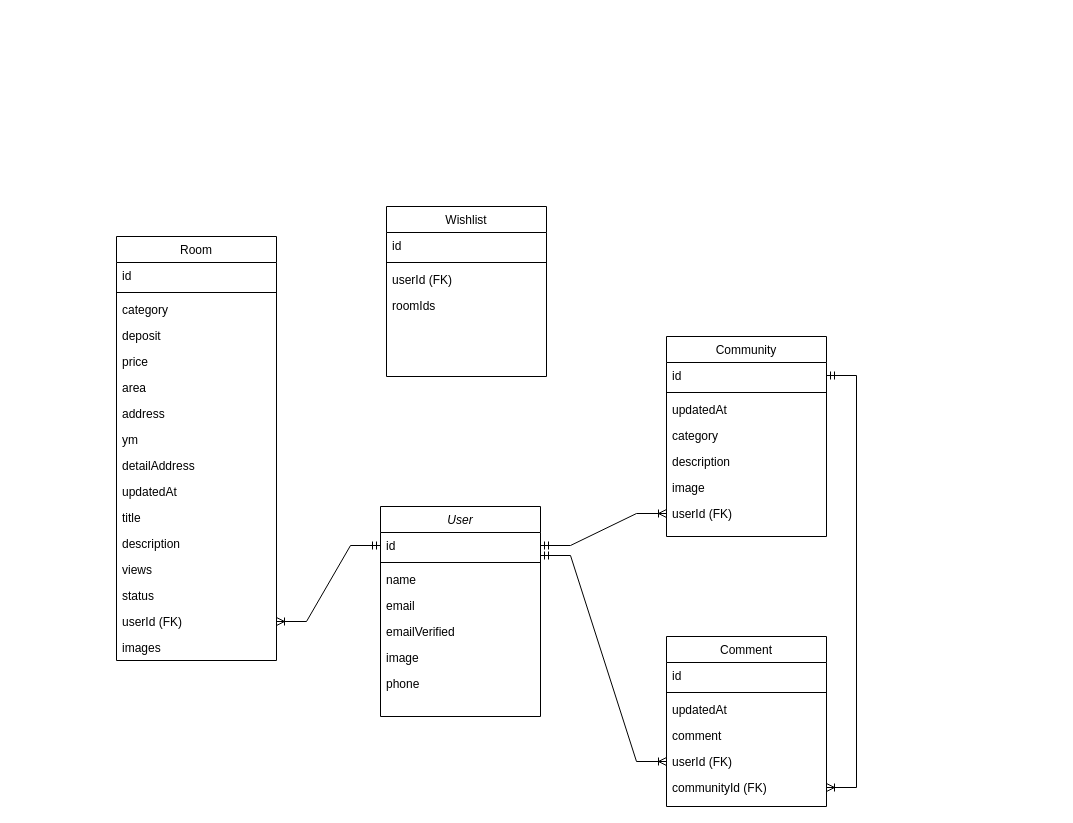
9yu9yu81/study_nextJs_realEstate keeps this draw.io diagram as ERD/myspotERD.drawio. Above is the earlier version. Source tidied: cells renumbered, new cells numbered last; positions are measured from the earlier drawing's top-left corner, leaving out a move shared by most shapes. Both pictures are drawn from the tidied source at 100%, with x=0, y=0 at pixel (116, 206).
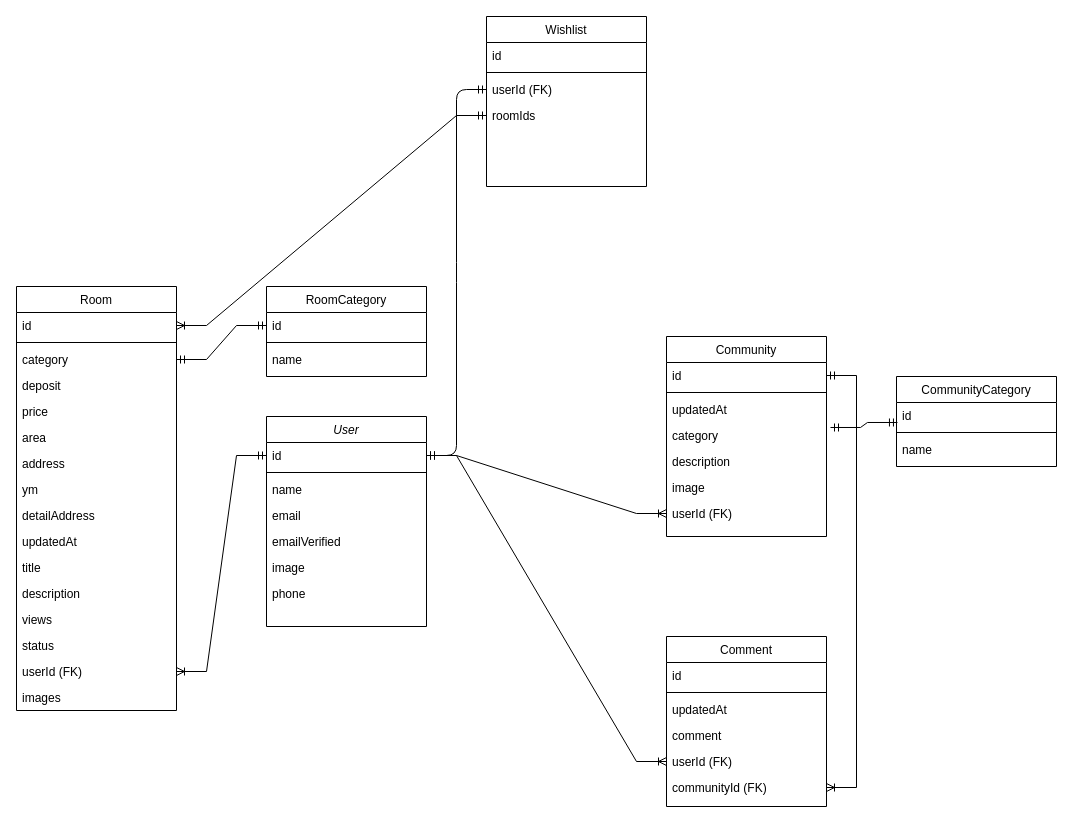
The same page after the edit.

Unchanged cells that the change refers to:
```xml
<mxCell id="3" value="id" style="text;align=left;verticalAlign=top;spacingLeft=4;spacingRight=4;overflow=hidden;points=[[0,0.5],[1,0.5]];portConstraint=eastwest;" parent="2" vertex="1">
  <mxGeometry y="26" width="160" height="26" as="geometry" />
</mxCell>
<mxCell id="14" value="category" style="text;align=left;verticalAlign=top;spacingLeft=4;spacingRight=4;overflow=hidden;points=[[0,0.5],[1,0.5]];portConstraint=eastwest;rounded=0;shadow=0;html=0;" parent="10" vertex="1">
  <mxGeometry y="86" width="160" height="26" as="geometry" />
</mxCell>
<mxCell id="19" value="id" style="text;align=left;verticalAlign=top;spacingLeft=4;spacingRight=4;overflow=hidden;points=[[0,0.5],[1,0.5]];portConstraint=eastwest;" parent="18" vertex="1">
  <mxGeometry y="26" width="160" height="26" as="geometry" />
</mxCell>
<mxCell id="21" value="category" style="text;align=left;verticalAlign=top;spacingLeft=4;spacingRight=4;overflow=hidden;points=[[0,0.5],[1,0.5]];portConstraint=eastwest;rounded=0;shadow=0;html=0;" parent="18" vertex="1">
  <mxGeometry y="60" width="160" height="26" as="geometry" />
</mxCell>
<mxCell id="42" value="userId (FK)" style="text;align=left;verticalAlign=top;spacingLeft=4;spacingRight=4;overflow=hidden;points=[[0,0.5],[1,0.5]];portConstraint=eastwest;rounded=0;shadow=0;html=0;" parent="37" vertex="1">
  <mxGeometry y="112" width="160" height="26" as="geometry" />
</mxCell>
<mxCell id="49" value="userId (FK)" style="text;align=left;verticalAlign=top;spacingLeft=4;spacingRight=4;overflow=hidden;points=[[0,0.5],[1,0.5]];portConstraint=eastwest;rounded=0;shadow=0;html=0;" parent="46" vertex="1">
  <mxGeometry y="60" width="160" height="26" as="geometry" />
</mxCell>
<mxCell id="50" value="roomIds" style="text;align=left;verticalAlign=top;spacingLeft=4;spacingRight=4;overflow=hidden;points=[[0,0.5],[1,0.5]];portConstraint=eastwest;rounded=0;shadow=0;html=0;" parent="46" vertex="1">
  <mxGeometry y="86" width="160" height="26" as="geometry" />
</mxCell>
```

Change to the diagram source:
```diff
@@
     <mxCell id="2" value="User" style="swimlane;fontStyle=2;align=center;verticalAlign=top;horizontal=1;startSize=26;rounded=0;shadow=0;strokeWidth=1;" parent="1" vertex="1">
-      <mxGeometry x="264" y="300" width="160" height="210" as="geometry" />
+      <mxGeometry x="150" y="210" width="160" height="210" as="geometry" />
     </mxCell>
@@
     <mxCell id="18" value="Room" style="swimlane;fontStyle=0;align=center;verticalAlign=top;horizontal=1;startSize=26;rounded=0;shadow=0;strokeWidth=1;" parent="1" vertex="1">
-      <mxGeometry y="30" width="160" height="424" as="geometry" />
+      <mxGeometry x="-100" y="80" width="160" height="424" as="geometry" />
     </mxCell>
@@
-    <mxCell id="45" style="edgeStyle=entityRelationEdgeStyle;fontSize=12;html=1;endArrow=ERoneToMany;startArrow=ERmandOne;rounded=0;exitX=1;exitY=0.5;exitDx=0;exitDy=0;entryX=0;entryY=0.5;entryDx=0;entryDy=0;" parent="1" edge="1" target="42">
-      <mxGeometry relative="1" as="geometry">
-        <mxPoint x="424" y="349" as="sourcePoint" />
-      </mxGeometry>
+    <mxCell id="45" style="edgeStyle=entityRelationEdgeStyle;fontSize=12;html=1;endArrow=ERoneToMany;startArrow=ERmandOne;rounded=0;exitX=1;exitY=0.5;exitDx=0;exitDy=0;entryX=0;entryY=0.5;entryDx=0;entryDy=0;" parent="1" edge="1" source="3" target="42">
+      <mxGeometry relative="1" as="geometry" />
     </mxCell>
     <mxCell id="46" value="Wishlist" style="swimlane;fontStyle=0;align=center;verticalAlign=top;horizontal=1;startSize=26;rounded=0;shadow=0;strokeWidth=1;" parent="1" vertex="1">
-      <mxGeometry x="270" width="160" height="170" as="geometry" />
+      <mxGeometry x="370" y="-190" width="160" height="170" as="geometry" />
     </mxCell>
@@
+    <mxCell id="51" style="edgeStyle=entityRelationEdgeStyle;fontSize=12;html=1;endArrow=ERoneToMany;startArrow=ERmandOne;rounded=0;exitX=0;exitY=0.5;exitDx=0;exitDy=0;" parent="1" edge="1" source="50" target="19">
+      <mxGeometry relative="1" as="geometry" />
+    </mxCell>
+    <mxCell id="52" style="edgeStyle=entityRelationEdgeStyle;fontSize=12;html=1;endArrow=ERmandOne;startArrow=ERmandOne;entryX=0;entryY=0.5;entryDx=0;entryDy=0;exitX=1;exitY=0.5;exitDx=0;exitDy=0;" parent="1" edge="1" source="3" target="49">
+      <mxGeometry relative="1" as="geometry" />
+    </mxCell>
+    <mxCell id="53" value="RoomCategory" style="swimlane;fontStyle=0;align=center;verticalAlign=top;horizontal=1;startSize=26;rounded=0;shadow=0;strokeWidth=1;" parent="1" vertex="1">
+      <mxGeometry x="150" y="80" width="160" height="90" as="geometry" />
+    </mxCell>
+    <mxCell id="54" value="id" style="text;align=left;verticalAlign=top;spacingLeft=4;spacingRight=4;overflow=hidden;points=[[0,0.5],[1,0.5]];portConstraint=eastwest;" parent="53" vertex="1">
+      <mxGeometry y="26" width="160" height="26" as="geometry" />
+    </mxCell>
+    <mxCell id="55" style="line;html=1;strokeWidth=1;align=left;verticalAlign=middle;spacingTop=-1;spacingLeft=3;spacingRight=3;labelPosition=right;" parent="53" vertex="1">
+      <mxGeometry y="52" width="160" height="8" as="geometry" />
+    </mxCell>
+    <mxCell id="56" value="name" style="text;align=left;verticalAlign=top;spacingLeft=4;spacingRight=4;overflow=hidden;rounded=0;shadow=0;html=0;" parent="53" vertex="1">
+      <mxGeometry y="60" width="160" height="30" as="geometry" />
+    </mxCell>
+    <mxCell id="57" style="edgeStyle=entityRelationEdgeStyle;fontSize=12;html=1;endArrow=ERmandOne;startArrow=ERmandOne;rounded=0;verticalAlign=middle;fixDash=0;snapToPoint=0;backgroundOutline=0;strokeColor=default;exitX=1;exitY=0.5;exitDx=0;exitDy=0;entryX=0;entryY=0.5;entryDx=0;entryDy=0;" parent="1" edge="1" source="21" target="54">
+      <mxGeometry relative="1" as="geometry" />
+    </mxCell>
+    <mxCell id="58" value="CommunityCategory&#10;" style="swimlane;fontStyle=0;align=center;verticalAlign=top;horizontal=1;startSize=26;rounded=0;shadow=0;strokeWidth=1;" parent="1" vertex="1">
+      <mxGeometry x="780" y="170" width="160" height="90" as="geometry" />
+    </mxCell>
+    <mxCell id="59" value="id" style="text;align=left;verticalAlign=top;spacingLeft=4;spacingRight=4;overflow=hidden;points=[[0,0.5],[1,0.5]];portConstraint=eastwest;" parent="58" vertex="1">
+      <mxGeometry y="26" width="160" height="26" as="geometry" />
+    </mxCell>
+    <mxCell id="60" style="line;html=1;strokeWidth=1;align=left;verticalAlign=middle;spacingTop=-1;spacingLeft=3;spacingRight=3;labelPosition=right;" parent="58" vertex="1">
+      <mxGeometry y="52" width="160" height="8" as="geometry" />
+    </mxCell>
+    <mxCell id="61" value="name" style="text;align=left;verticalAlign=top;spacingLeft=4;spacingRight=4;overflow=hidden;rounded=0;shadow=0;html=0;" parent="58" vertex="1">
+      <mxGeometry y="60" width="160" height="30" as="geometry" />
+    </mxCell>
+    <mxCell id="62" style="edgeStyle=entityRelationEdgeStyle;fontSize=12;html=1;endArrow=ERmandOne;startArrow=ERmandOne;rounded=0;verticalAlign=middle;fixDash=0;snapToPoint=0;backgroundOutline=0;strokeColor=default;exitX=1.025;exitY=0.192;exitDx=0;exitDy=0;exitPerimeter=0;entryX=0.006;entryY=0.769;entryDx=0;entryDy=0;entryPerimeter=0;" parent="1" edge="1" source="14" target="59">
+      <mxGeometry relative="1" as="geometry" />
+    </mxCell>
```
